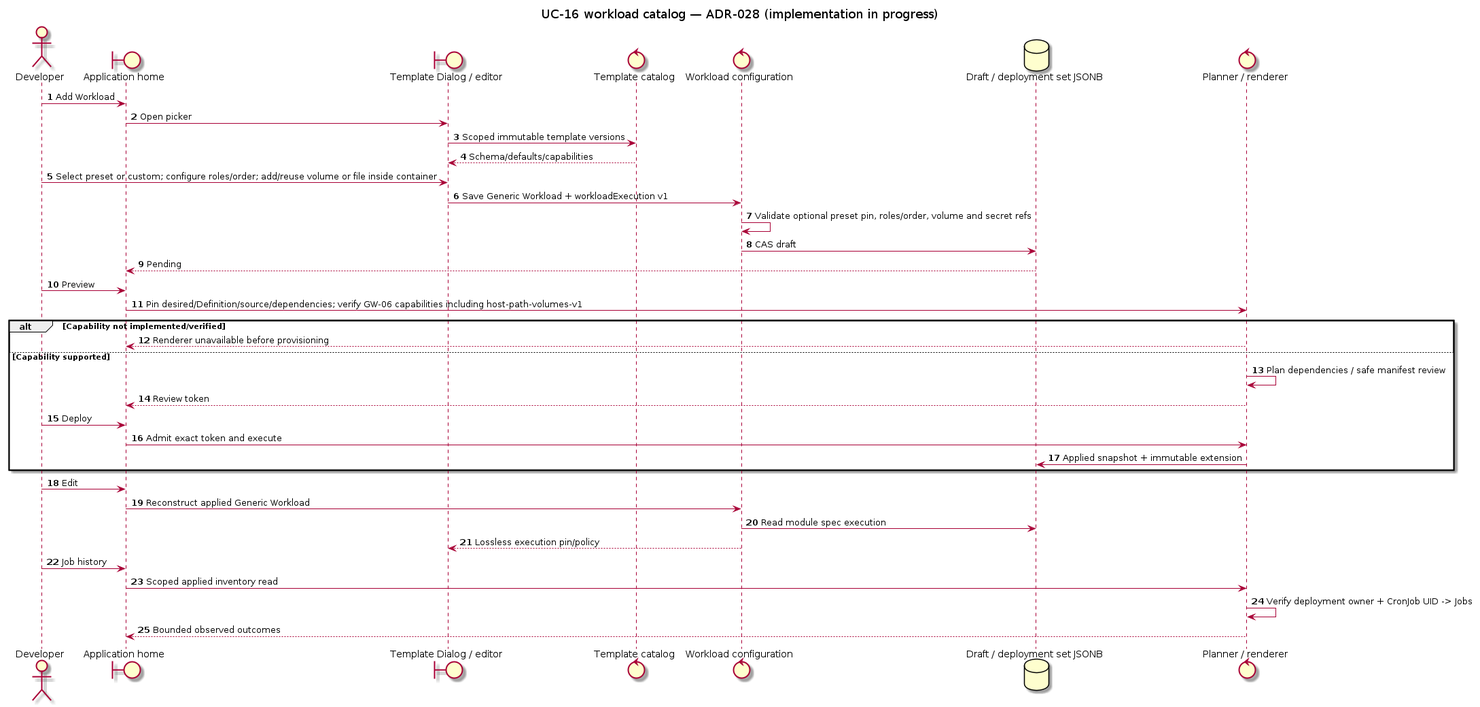
pr3s3nt/poc keeps this PlantUML diagram as orchestrator_docs/usecase/UC-16/workload-catalog-sequence.png. Above is the earlier version. Its source is kept beside it as orchestrator_docs/usecase/UC-16/workload-catalog-sequence.puml.
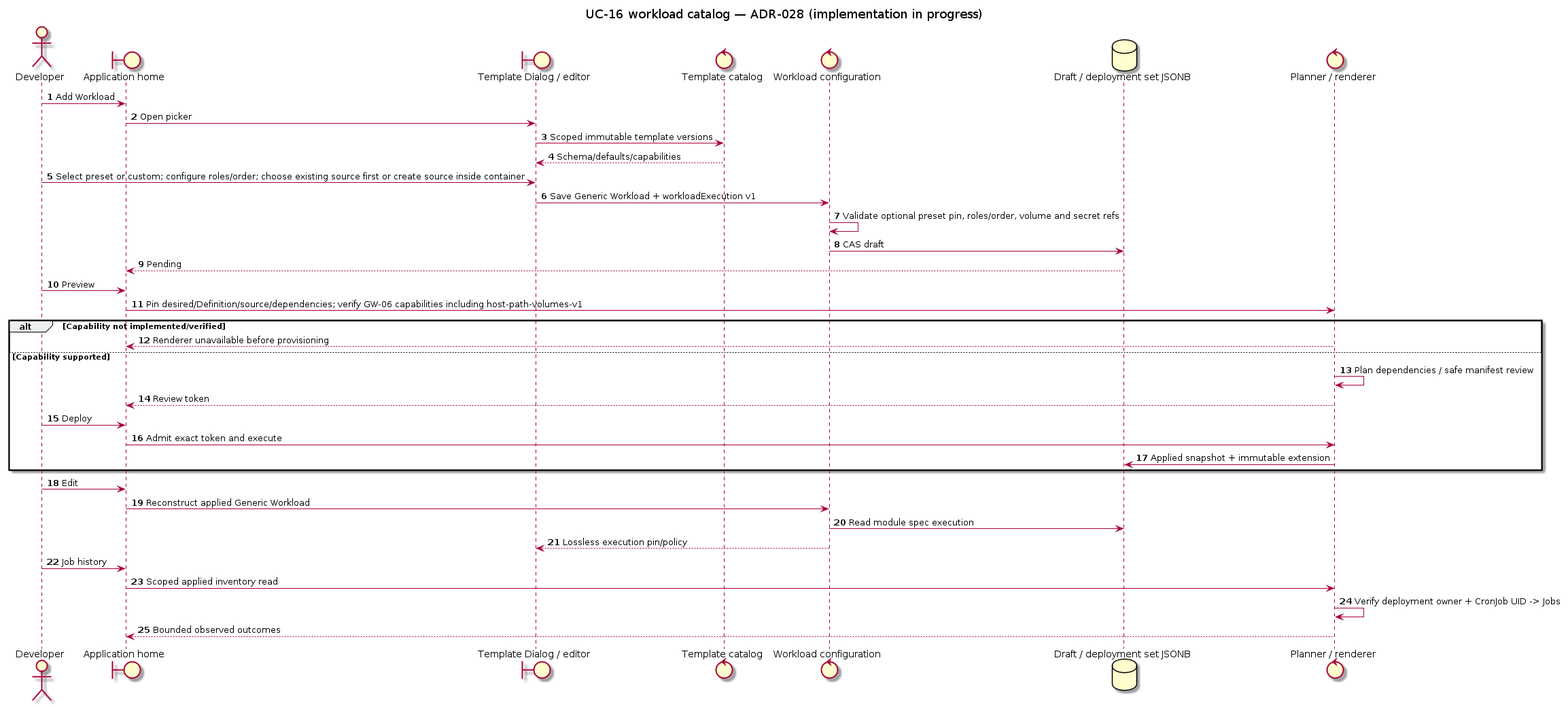
The same diagram one commit later.

Change to the diagram source:
```diff
@@ -12,7 +12,7 @@
 Home -> UI: Open picker
 UI -> Catalog: Scoped immutable template versions
 Catalog --> UI: Schema/defaults/capabilities
-Developer -> UI: Select preset or custom; configure roles/order; add/reuse volume or file inside container
+Developer -> UI: Select preset or custom; configure roles/order; choose existing source first or create source inside container
 UI -> Config: Save Generic Workload + workloadExecution v1
 Config -> Config: Validate optional preset pin, roles/order, volume and secret refs
 Config -> Store: CAS draft
```
